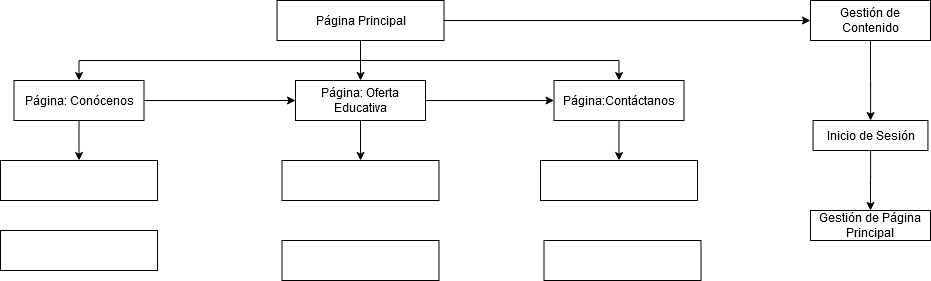
This is MapaNavegacion.png from danielNYR/ProjectSchool, a draw.io export, as it was before one commit. Source tidied: cells renumbered, new cells last; positions are measured from the earlier drawing's top-left corner, leaving out a move shared by most shapes.
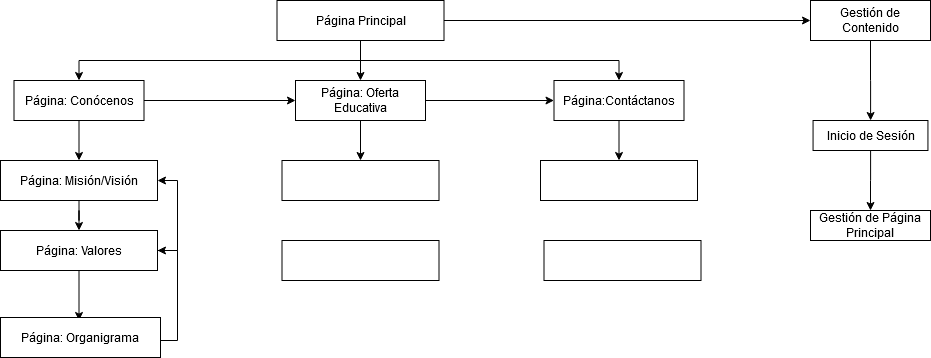
After the commit.

The edit, as a diff of the source:
```diff
@@ -57,7 +57,10 @@
     <mxCell id="14" value="Página:Contáctanos" style="whiteSpace=wrap;html=1;rounded=0;" parent="1" vertex="1">
       <mxGeometry x="553.5" y="80" width="130" height="40" as="geometry" />
     </mxCell>
+    <mxCell id="26" style="edgeStyle=orthogonalEdgeStyle;rounded=0;jettySize=auto;html=1;" parent="1" edge="1" source="15" target="18">
+      <mxGeometry relative="1" as="geometry" />
+    </mxCell>
-    <mxCell id="15" style="rounded=0;whiteSpace=wrap;html=1;" parent="1" vertex="1">
+    <mxCell id="15" value="Página: Misión/Visión" style="rounded=0;whiteSpace=wrap;html=1;" parent="1" vertex="1">
       <mxGeometry y="160" width="157" height="40" as="geometry" />
     </mxCell>
     <mxCell id="16" style="rounded=0;whiteSpace=wrap;html=1;" parent="1" vertex="1">
@@ -66,7 +69,20 @@
     <mxCell id="17" style="rounded=0;whiteSpace=wrap;html=1;" parent="1" vertex="1">
       <mxGeometry x="540" y="160" width="157" height="40" as="geometry" />
     </mxCell>
+    <mxCell id="27" style="edgeStyle=orthogonalEdgeStyle;rounded=0;jettySize=auto;html=1;entryX=1;entryY=0.5;entryDx=0;entryDy=0;" parent="1" edge="1" source="18" target="15">
+      <mxGeometry relative="1" as="geometry">
+        <Array as="points">
+          <mxPoint x="177" y="250" />
+          <mxPoint x="177" y="180" />
+        </Array>
+      </mxGeometry>
+    </mxCell>
+    <mxCell id="28" style="edgeStyle=orthogonalEdgeStyle;rounded=0;jettySize=auto;html=1;" parent="1" edge="1" source="18">
+      <mxGeometry relative="1" as="geometry">
+        <mxPoint x="78.5" y="320" as="targetPoint" />
+      </mxGeometry>
+    </mxCell>
-    <mxCell id="18" style="rounded=0;whiteSpace=wrap;html=1;" parent="1" vertex="1">
+    <mxCell id="18" value="Página: Valores" style="rounded=0;whiteSpace=wrap;html=1;" parent="1" vertex="1">
       <mxGeometry y="230" width="157" height="40" as="geometry" />
     </mxCell>
     <mxCell id="19" style="rounded=0;whiteSpace=wrap;html=1;" parent="1" vertex="1">
@@ -90,5 +106,16 @@
     <mxCell id="25" value="Gestión de Página Principal" style="rounded=0;whiteSpace=wrap;html=1;" parent="1" vertex="1">
       <mxGeometry x="810" y="210" width="120" height="30" as="geometry" />
     </mxCell>
+    <mxCell id="29" style="edgeStyle=orthogonalEdgeStyle;rounded=0;jettySize=auto;html=1;entryX=1;entryY=0.5;entryDx=0;entryDy=0;" parent="1" edge="1" source="30" target="18">
+      <mxGeometry relative="1" as="geometry">
+        <Array as="points">
+          <mxPoint x="177" y="340" />
+          <mxPoint x="177" y="250" />
+        </Array>
+      </mxGeometry>
+    </mxCell>
+    <mxCell id="30" value="Página: Organigrama" style="rounded=0;whiteSpace=wrap;html=1;" parent="1" vertex="1">
+      <mxGeometry y="317" width="160" height="40" as="geometry" />
+    </mxCell>
   </root>
 </mxGraphModel>
```
